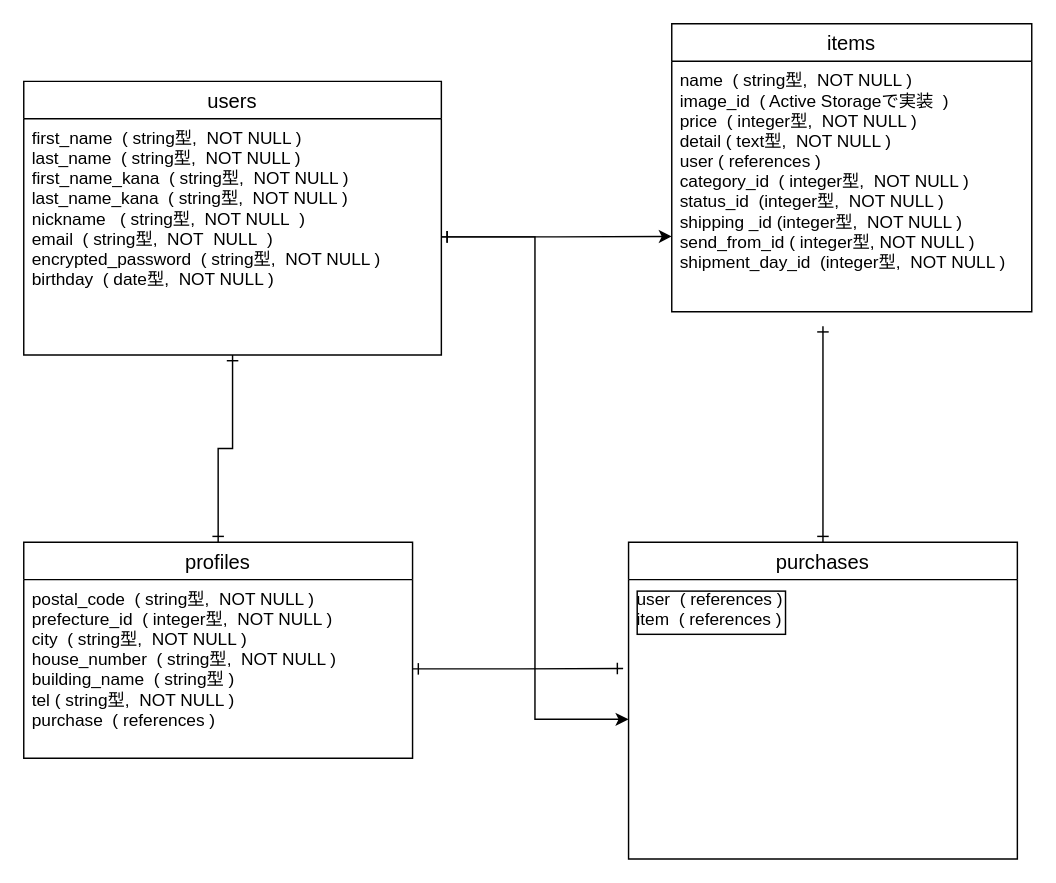
The draw.io diagram config/furima.dio in kimiko-i/furima-31997, before the edit. Source tidied: cells renumbered, new cells numbered last; positions are measured from the earlier drawing's top-left corner, leaving out a move shared by most shapes. Both pictures are drawn from the tidied source at 144%, with x=0, y=0 at pixel (23, 23).
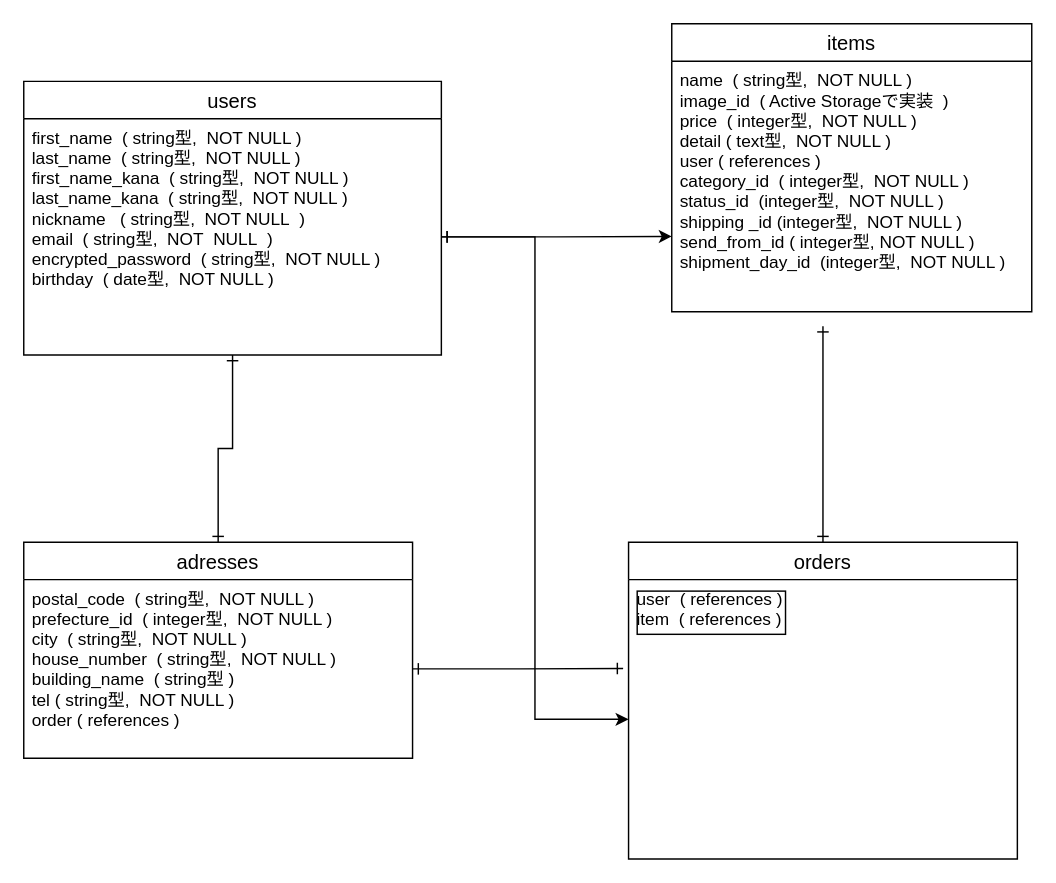
The same diagram, later.

What changed in the source:
```diff
@@
 <mxGraphModel>
   <root>
     <mxCell id="0" />
     <mxCell id="1" parent="0" />
     <mxCell id="2" style="edgeStyle=orthogonalEdgeStyle;rounded=0;jettySize=auto;html=1;entryX=0.5;entryY=0;entryDx=0;entryDy=0;endArrow=ERone;endFill=0;startArrow=ERone;startFill=0;" parent="1" edge="1" source="3" target="5">
       <mxGeometry relative="1" as="geometry" />
     </mxCell>
     <mxCell id="3" value="users" style="swimlane;fontStyle=0;horizontal=1;startSize=26;align=center;fontSize=14;" parent="1" vertex="1">
       <mxGeometry y="40" width="290" height="190" as="geometry" />
     </mxCell>
     <mxCell id="4" value="first_name  ( string型,  NOT NULL )&#10;last_name  ( string型,  NOT NULL )&#10;first_name_kana  ( string型,  NOT NULL )&#10;last_name_kana  ( string型,  NOT NULL )&#10;nickname   ( string型,  NOT NULL  )&#10;email  ( string型,  NOT  NULL  )&#10;encrypted_password  ( string型,  NOT NULL )&#10;birthday  ( date型,  NOT NULL )&#10;&#10;" style="text;strokeColor=none;fillColor=none;spacingLeft=4;spacingRight=4;overflow=hidden;points=[[0,0.5],[1,0.5]];portConstraint=eastwest;fontSize=12;" parent="3" vertex="1">
       <mxGeometry y="26" width="290" height="164" as="geometry" />
     </mxCell>
-    <mxCell id="5" value="profiles" style="swimlane;fontStyle=0;horizontal=1;startSize=26;align=center;fontSize=14;" parent="1" vertex="1">
+    <mxCell id="5" value="adresses" style="swimlane;fontStyle=0;horizontal=1;startSize=26;align=center;fontSize=14;" parent="1" vertex="1">
       <mxGeometry y="360" width="270" height="150" as="geometry" />
     </mxCell>
-    <mxCell id="6" value="postal_code  ( string型,  NOT NULL )&#10;prefecture_id  ( integer型,  NOT NULL )&#10;city  ( string型,  NOT NULL )&#10;house_number  ( string型,  NOT NULL )&#10;building_name  ( string型 )&#10;tel ( string型,  NOT NULL )&#10;purchase  ( references )" style="text;strokeColor=none;fillColor=none;spacingLeft=4;spacingRight=4;overflow=hidden;points=[[0,0.5],[1,0.5]];portConstraint=eastwest;fontSize=12;" parent="5" vertex="1">
+    <mxCell id="6" value="postal_code  ( string型,  NOT NULL )&#10;prefecture_id  ( integer型,  NOT NULL )&#10;city  ( string型,  NOT NULL )&#10;house_number  ( string型,  NOT NULL )&#10;building_name  ( string型 )&#10;tel ( string型,  NOT NULL )&#10;order ( references )" style="text;strokeColor=none;fillColor=none;spacingLeft=4;spacingRight=4;overflow=hidden;points=[[0,0.5],[1,0.5]];portConstraint=eastwest;fontSize=12;" parent="5" vertex="1">
       <mxGeometry y="26" width="270" height="124" as="geometry" />
     </mxCell>
     <mxCell id="7" style="edgeStyle=orthogonalEdgeStyle;rounded=0;jettySize=auto;html=1;exitX=1;exitY=0.5;exitDx=0;exitDy=0;startArrow=ERone;startFill=0;endArrow=classic;endFill=1;" parent="1" edge="1" source="4">
       <mxGeometry relative="1" as="geometry">
         <mxPoint x="450" y="147.7" as="targetPoint" />
       </mxGeometry>
     </mxCell>
     <mxCell id="8" style="edgeStyle=orthogonalEdgeStyle;rounded=0;jettySize=auto;html=1;exitX=0.5;exitY=0;exitDx=0;exitDy=0;startArrow=ERone;startFill=0;endArrow=ERone;endFill=0;fontColor=#f0f0f0;" parent="1" edge="1" source="9">
       <mxGeometry relative="1" as="geometry">
         <mxPoint x="555" y="210" as="targetPoint" />
       </mxGeometry>
     </mxCell>
-    <mxCell id="9" value="purchases" style="swimlane;fontStyle=0;horizontal=1;startSize=26;align=center;fontSize=14;" parent="1" vertex="1">
+    <mxCell id="9" value="orders" style="swimlane;fontStyle=0;horizontal=1;startSize=26;align=center;fontSize=14;" parent="1" vertex="1">
       <mxGeometry x="420" y="360" width="270" height="220" as="geometry" />
     </mxCell>
     <mxCell id="10" value="user  ( references )&#10;item  ( references )&#10;" style="text;strokeColor=none;fillColor=none;spacingLeft=4;spacingRight=4;overflow=hidden;points=[[0,0.5],[1,0.5]];portConstraint=eastwest;fontSize=12;labelBackgroundColor=none;verticalAlign=top;labelBorderColor=#000000;" parent="9" vertex="1">
       <mxGeometry y="26" width="270" height="194" as="geometry" />
     </mxCell>
     <mxCell id="11" style="edgeStyle=orthogonalEdgeStyle;rounded=0;jettySize=auto;html=1;startArrow=ERone;startFill=0;endArrow=classic;endFill=1;fontColor=#f0f0f0;" parent="1" edge="1" source="4" target="10">
       <mxGeometry relative="1" as="geometry" />
     </mxCell>
     <mxCell id="12" style="edgeStyle=orthogonalEdgeStyle;rounded=0;jettySize=auto;html=1;exitX=1;exitY=0.5;exitDx=0;exitDy=0;entryX=-0.014;entryY=0.318;entryDx=0;entryDy=0;entryPerimeter=0;startArrow=ERone;startFill=0;endArrow=ERone;endFill=0;fontColor=#f0f0f0;" parent="1" edge="1" source="6" target="10">
       <mxGeometry relative="1" as="geometry" />
     </mxCell>
     <mxCell id="13" value="items" style="swimlane;fontStyle=0;horizontal=1;startSize=26;align=center;fontSize=14;" parent="1" vertex="1">
       <mxGeometry x="450" width="250" height="200" as="geometry" />
     </mxCell>
     <mxCell id="14" value="name  ( string型,  NOT NULL )&#10;image_id  ( Active Storageで実装  )&#10;price  ( integer型,  NOT NULL )&#10;detail ( text型,  NOT NULL )&#10;user ( references )&#10;category_id  ( integer型,  NOT NULL )&#10;status_id  (integer型,  NOT NULL )&#10;shipping _id (integer型,  NOT NULL )&#10;send_from_id ( integer型, NOT NULL )&#10;shipment_day_id  (integer型,  NOT NULL )&#10;" style="text;strokeColor=none;fillColor=none;spacingLeft=4;spacingRight=4;overflow=hidden;fontSize=12;" parent="13" vertex="1">
       <mxGeometry y="26" width="250" height="174" as="geometry" />
     </mxCell>
   </root>
 </mxGraphModel>
```
